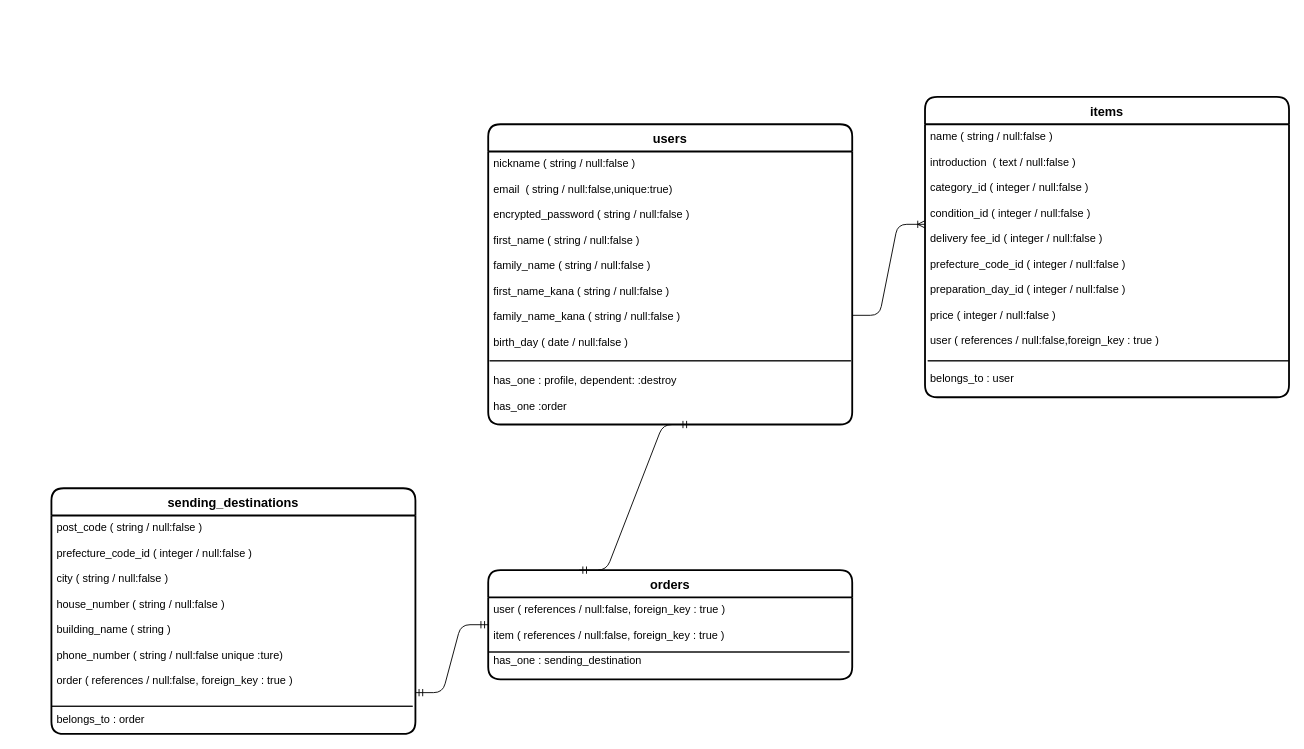
Before: furima.dio in kisoji/furima-33040, a draw.io diagram. Source tidied: cells renumbered, new cells numbered last; positions are measured from the earlier drawing's top-left corner, leaving out a move shared by most shapes. Both pictures are drawn from the tidied source at 91%, with x=0, y=0 at pixel (51, 96).
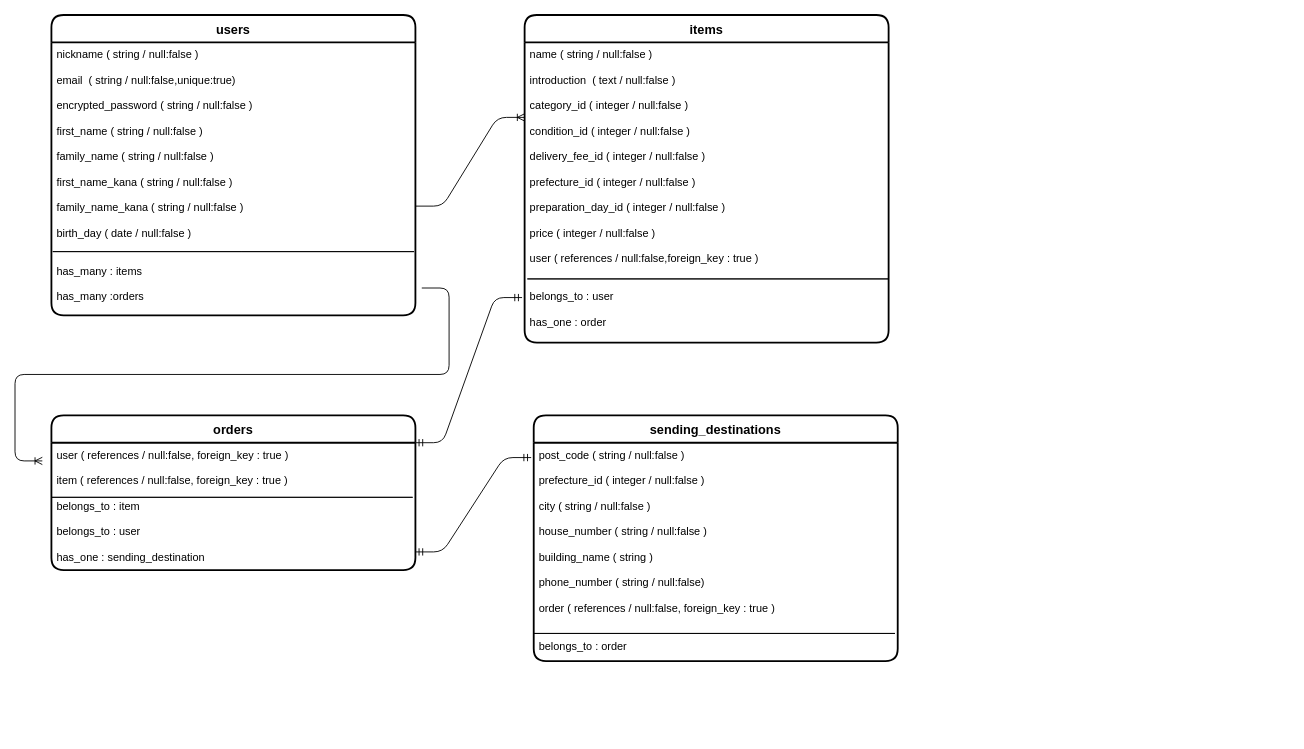
The same page after the edit.

Commit message (it also covers changes not shown here):
ER図、README作成 #6

Diff of the diagram source:
```diff
@@
     <mxCell id="3" value="users" style="swimlane;horizontal=1;startSize=30;rounded=1;fontSize=14;fontStyle=1;strokeWidth=2;shadow=0;dashed=0;align=center;" parent="1" vertex="1">
-      <mxGeometry x="480" y="30" width="400" height="330" as="geometry" />
+      <mxGeometry y="-90" width="400" height="330" as="geometry" />
     </mxCell>
-    <mxCell id="4" value="nickname ( string / null:false )&#10;&#10;email  ( string / null:false,unique:true)&#10;&#10;encrypted_password ( string / null:false )&#10;&#10;first_name ( string / null:false )&#10;&#10;family_name ( string / null:false )&#10;&#10;first_name_kana ( string / null:false )&#10;&#10;family_name_kana ( string / null:false )&#10;&#10;birth_day ( date / null:false )&#10;&#10;&#10;has_one : profile, dependent: :destroy &#10;&#10;has_one :order&#10;&#10;&#10;" style="align=left;strokeColor=none;fillColor=none;spacingLeft=4;fontSize=12;verticalAlign=top;" parent="3" vertex="1">
+    <mxCell id="4" value="nickname ( string / null:false )&#10;&#10;email  ( string / null:false,unique:true)&#10;&#10;encrypted_password ( string / null:false )&#10;&#10;first_name ( string / null:false )&#10;&#10;family_name ( string / null:false )&#10;&#10;first_name_kana ( string / null:false )&#10;&#10;family_name_kana ( string / null:false )&#10;&#10;birth_day ( date / null:false )&#10;&#10;&#10;has_many : items &#10;&#10;has_many :orders&#10;&#10;&#10;" style="align=left;strokeColor=none;fillColor=none;spacingLeft=4;fontSize=12;verticalAlign=top;" parent="3" vertex="1">
       <mxGeometry y="30" width="400" height="300" as="geometry" />
     </mxCell>
@@
     <mxCell id="6" value="items" style="swimlane;horizontal=1;startSize=30;rounded=1;fontSize=14;fontStyle=1;strokeWidth=2;shadow=0;dashed=0;align=center;" parent="1" vertex="1">
-      <mxGeometry x="960" width="400" height="330" as="geometry" />
+      <mxGeometry x="520" y="-90" width="400" height="360" as="geometry" />
     </mxCell>
-    <mxCell id="7" value="name ( string / null:false )&#10;&#10;introduction  ( text / null:false )&#10;&#10;category_id ( integer / null:false )&#10;&#10;condition_id ( integer / null:false )&#10;&#10;delivery fee_id ( integer / null:false )&#10;&#10;prefecture_code_id ( integer / null:false )&#10;&#10;preparation_day_id ( integer / null:false )&#10;&#10;price ( integer / null:false )&#10;&#10;user ( references / null:false,foreign_key : true )&#10;&#10; &#10;belongs_to : user&#10;&#10;&#10;&#10;&#10;&#10;" style="align=left;strokeColor=none;fillColor=none;spacingLeft=4;fontSize=12;verticalAlign=top;" parent="6" vertex="1">
-      <mxGeometry y="30" width="400" height="300" as="geometry" />
+    <mxCell id="7" value="name ( string / null:false )&#10;&#10;introduction  ( text / null:false )&#10;&#10;category_id ( integer / null:false )&#10;&#10;condition_id ( integer / null:false )&#10;&#10;delivery_fee_id ( integer / null:false )&#10;&#10;prefecture_id ( integer / null:false )&#10;&#10;preparation_day_id ( integer / null:false )&#10;&#10;price ( integer / null:false )&#10;&#10;user ( references / null:false,foreign_key : true )&#10;&#10; &#10;belongs_to : user&#10;&#10;has_one : order &#10;&#10;&#10;&#10;&#10;&#10;" style="align=left;strokeColor=none;fillColor=none;spacingLeft=4;fontSize=12;verticalAlign=top;" parent="6" vertex="1">
+      <mxGeometry y="30" width="400" height="330" as="geometry" />
     </mxCell>
@@
     <mxCell id="9" value="sending_destinations" style="swimlane;horizontal=1;startSize=30;rounded=1;fontSize=14;fontStyle=1;strokeWidth=2;shadow=0;dashed=0;align=center;" parent="1" vertex="1">
-      <mxGeometry y="430" width="400" height="270" as="geometry" />
+      <mxGeometry x="530" y="350" width="400" height="270" as="geometry" />
     </mxCell>
@@
-    <mxCell id="11" value="post_code ( string / null:false )&#10;&#10;prefecture_code_id ( integer / null:false )&#10;&#10;city ( string / null:false )&#10;&#10;house_number ( string / null:false )&#10;&#10;building_name ( string )&#10;&#10;phone_number ( string / null:false unique :ture)&#10;&#10;order ( references / null:false, foreign_key : true )&#10;&#10;&#10;belongs_to : order&#10;&#10;&#10;&#10;" style="align=left;strokeColor=none;fillColor=none;spacingLeft=4;fontSize=12;verticalAlign=top;" parent="9" vertex="1">
+    <mxCell id="11" value="post_code ( string / null:false )&#10;&#10;prefecture_id ( integer / null:false )&#10;&#10;city ( string / null:false )&#10;&#10;house_number ( string / null:false )&#10;&#10;building_name ( string )&#10;&#10;phone_number ( string / null:false)&#10;&#10;order ( references / null:false, foreign_key : true )&#10;&#10;&#10;belongs_to : order&#10;&#10;&#10;&#10;" style="align=left;strokeColor=none;fillColor=none;spacingLeft=4;fontSize=12;verticalAlign=top;" parent="9" vertex="1">
       <mxGeometry y="30" width="400" height="240" as="geometry" />
     </mxCell>
     <mxCell id="12" value="orders" style="swimlane;horizontal=1;startSize=30;rounded=1;fontSize=14;fontStyle=1;strokeWidth=2;shadow=0;dashed=0;align=center;" parent="1" vertex="1">
-      <mxGeometry x="480" y="520" width="400" height="120" as="geometry" />
+      <mxGeometry y="350" width="400" height="170" as="geometry" />
     </mxCell>
-    <mxCell id="13" value="user ( references / null:false, foreign_key : true )&#10;&#10;item ( references / null:false, foreign_key : true )&#10;&#10;has_one : sending_destination&#10;&#10;&#10;" style="align=left;strokeColor=none;fillColor=none;spacingLeft=4;fontSize=12;verticalAlign=top;" parent="12" vertex="1">
-      <mxGeometry y="30" width="400" height="90" as="geometry" />
+    <mxCell id="13" value="user ( references / null:false, foreign_key : true )&#10;&#10;item ( references / null:false, foreign_key : true )&#10;&#10;belongs_to : item&#10;&#10;belongs_to : user&#10;&#10;has_one : sending_destination&#10;&#10;&#10;" style="align=left;strokeColor=none;fillColor=none;spacingLeft=4;fontSize=12;verticalAlign=top;" parent="12" vertex="1">
+      <mxGeometry y="30" width="400" height="140" as="geometry" />
     </mxCell>
@@
-    <mxCell id="15" style="edgeStyle=entityRelationEdgeStyle;fontSize=12;html=1;endArrow=ERmandOne;startArrow=ERmandOne;exitX=1;exitY=0.811;exitDx=0;exitDy=0;exitPerimeter=0;" parent="1" edge="1" source="11">
-      <mxGeometry relative="1" as="geometry">
-        <mxPoint x="480" y="580" as="targetPoint" />
-      </mxGeometry>
-    </mxCell>
-    <mxCell id="16" style="edgeStyle=entityRelationEdgeStyle;fontSize=12;html=1;endArrow=ERoneToMany;" parent="1" edge="1">
-      <mxGeometry relative="1" as="geometry">
-        <mxPoint x="880" y="240" as="sourcePoint" />
-        <mxPoint x="960" y="140" as="targetPoint" />
-      </mxGeometry>
-    </mxCell>
-    <mxCell id="17" style="edgeStyle=entityRelationEdgeStyle;fontSize=12;html=1;endArrow=ERmandOne;startArrow=ERmandOne;exitX=0.25;exitY=0;exitDx=0;exitDy=0;" parent="1" edge="1" source="12">
-      <mxGeometry relative="1" as="geometry">
-        <mxPoint x="702" y="360" as="targetPoint" />
-      </mxGeometry>
-    </mxCell>
+    <mxCell id="18" style="edgeStyle=entityRelationEdgeStyle;fontSize=12;html=1;endArrow=ERoneToMany;entryX=0;entryY=0.25;entryDx=0;entryDy=0;" parent="1" edge="1" target="7">
+      <mxGeometry relative="1" as="geometry">
+        <mxPoint x="400" y="120" as="sourcePoint" />
+      </mxGeometry>
+    </mxCell>
+    <mxCell id="19" style="edgeStyle=entityRelationEdgeStyle;fontSize=12;html=1;endArrow=ERoneToMany;" parent="1" edge="1">
+      <mxGeometry relative="1" as="geometry">
+        <mxPoint x="407" y="210" as="sourcePoint" />
+        <mxPoint x="-10" y="400" as="targetPoint" />
+      </mxGeometry>
+    </mxCell>
+    <mxCell id="20" style="edgeStyle=entityRelationEdgeStyle;fontSize=12;html=1;endArrow=ERmandOne;startArrow=ERmandOne;entryX=-0.007;entryY=0.068;entryDx=0;entryDy=0;entryPerimeter=0;" parent="1" edge="1" target="11">
+      <mxGeometry relative="1" as="geometry">
+        <mxPoint x="400" y="500" as="sourcePoint" />
+      </mxGeometry>
+    </mxCell>
+    <mxCell id="21" style="edgeStyle=entityRelationEdgeStyle;fontSize=12;html=1;endArrow=ERmandOne;startArrow=ERmandOne;entryX=-0.007;entryY=0.85;entryDx=0;entryDy=0;entryPerimeter=0;" parent="1" edge="1" target="7">
+      <mxGeometry relative="1" as="geometry">
+        <mxPoint x="400" y="380" as="sourcePoint" />
+      </mxGeometry>
+    </mxCell>
```
